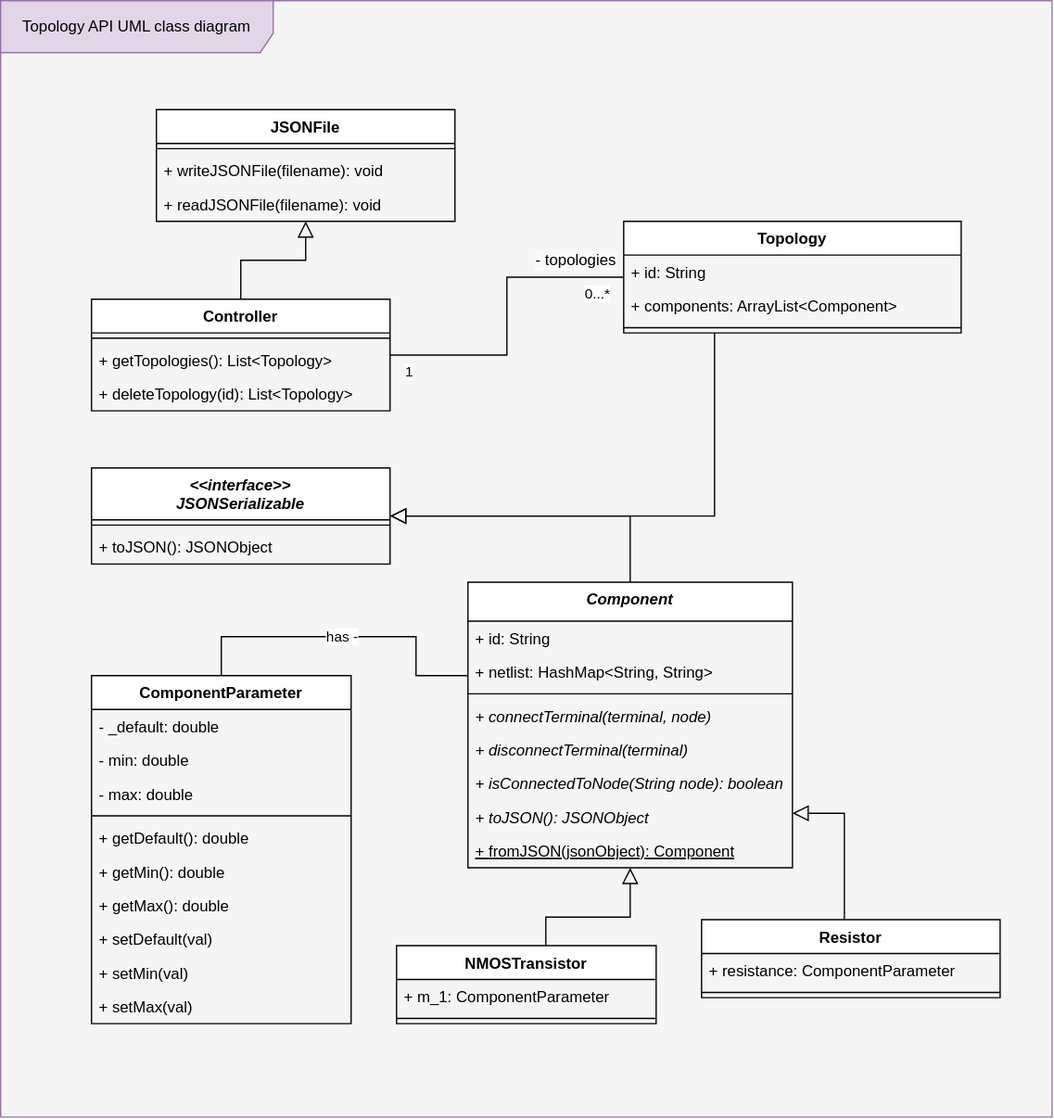
Before: classes-uml.svg, a diagram exported from draw.io (MuhammadSawalhy/TopologyAPI). Source tidied: cells renumbered, new cells last; positions are measured from the earlier drawing's top-left corner, leaving out a move shared by most shapes.
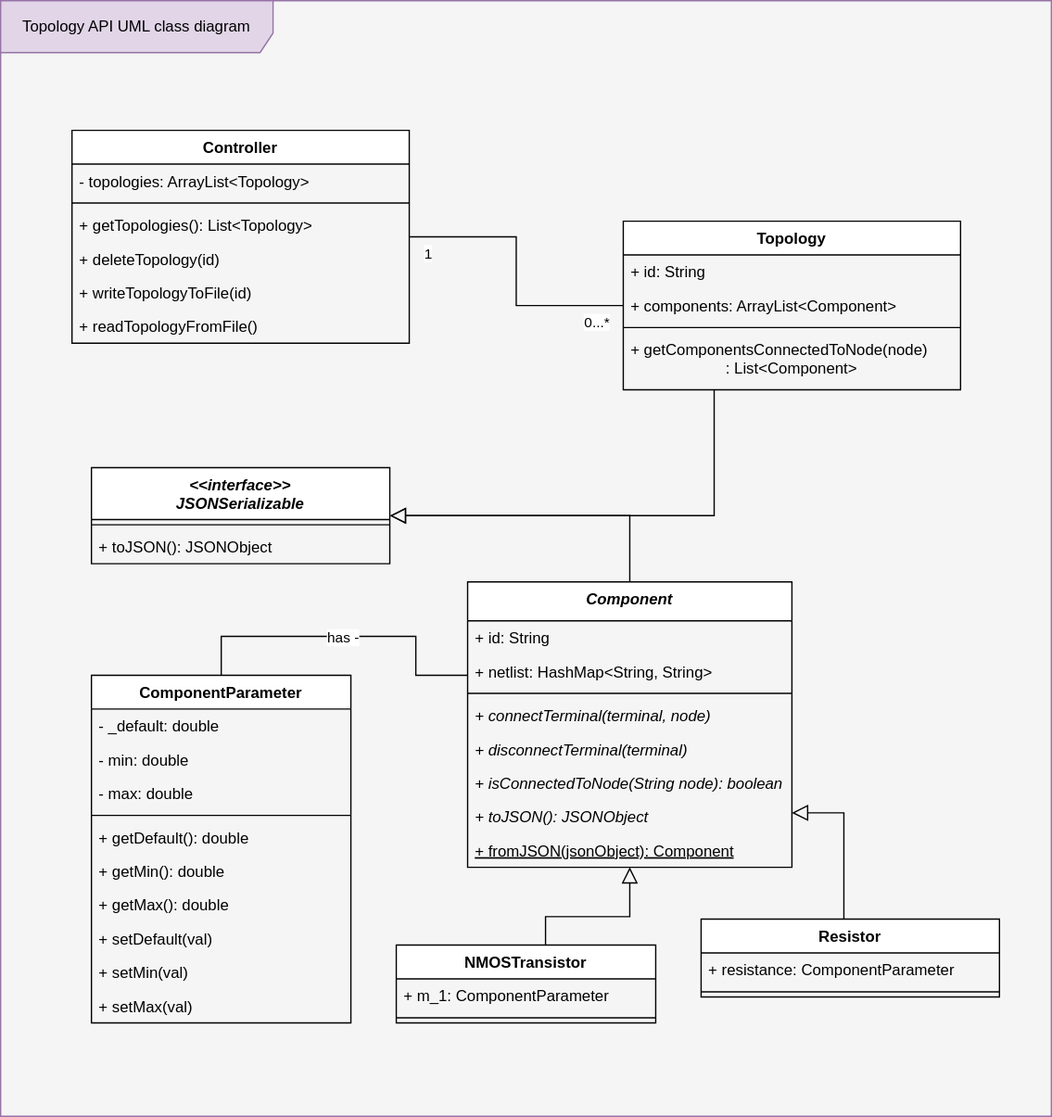
Later version of the same file.

Commit message:
Code and test Controller class from its UML

Change to the diagram source:
```diff
@@ -39,21 +39,27 @@
     <mxCell id="12" value="+ fromJSON(jsonObject): Component" style="text;strokeColor=none;fillColor=none;align=left;verticalAlign=top;spacingLeft=4;spacingRight=4;overflow=hidden;fontStyle=4;" parent="4" vertex="1">
       <mxGeometry y="194" width="250" height="26" as="geometry" />
     </mxCell>
-    <mxCell id="13" style="edgeStyle=orthogonalEdgeStyle;rounded=0;jettySize=auto;html=1;endArrow=block;endFill=0;endSize=10;" parent="1" edge="1" source="14" target="53">
-      <mxGeometry relative="1" as="geometry" />
-    </mxCell>
     <mxCell id="14" value="Controller" style="swimlane;fontStyle=1;align=center;verticalAlign=top;horizontal=1;startSize=26;" parent="1" vertex="1">
-      <mxGeometry x="70" y="230" width="230" height="86" as="geometry" />
+      <mxGeometry x="55" y="100" width="260" height="164" as="geometry" />
     </mxCell>
+    <mxCell id="60" value="- topologies: ArrayList&lt;Topology&gt;" style="text;strokeColor=none;fillColor=none;align=left;verticalAlign=top;spacingLeft=4;spacingRight=4;overflow=hidden;" parent="14" vertex="1">
+      <mxGeometry y="26" width="260" height="26" as="geometry" />
+    </mxCell>
     <mxCell id="15" style="line;strokeWidth=1;fillColor=none;align=left;verticalAlign=middle;spacingTop=-1;spacingLeft=3;spacingRight=3;labelPosition=right;" parent="14" vertex="1">
-      <mxGeometry y="26" width="230" height="8" as="geometry" />
+      <mxGeometry y="52" width="260" height="8" as="geometry" />
     </mxCell>
     <mxCell id="16" value="+ getTopologies(): List&lt;Topology&gt;" style="text;strokeColor=none;fillColor=none;align=left;verticalAlign=top;spacingLeft=4;spacingRight=4;overflow=hidden;" parent="14" vertex="1">
-      <mxGeometry y="34" width="230" height="26" as="geometry" />
+      <mxGeometry y="60" width="260" height="26" as="geometry" />
     </mxCell>
-    <mxCell id="17" value="+ deleteTopology(id): List&lt;Topology&gt;" style="text;strokeColor=none;fillColor=none;align=left;verticalAlign=top;spacingLeft=4;spacingRight=4;overflow=hidden;" parent="14" vertex="1">
-      <mxGeometry y="60" width="230" height="26" as="geometry" />
+    <mxCell id="17" value="+ deleteTopology(id)" style="text;strokeColor=none;fillColor=none;align=left;verticalAlign=top;spacingLeft=4;spacingRight=4;overflow=hidden;" parent="14" vertex="1">
+      <mxGeometry y="86" width="260" height="26" as="geometry" />
     </mxCell>
+    <mxCell id="61" value="+ writeTopologyToFile(id)" style="text;strokeColor=none;fillColor=none;align=left;verticalAlign=top;spacingLeft=4;spacingRight=4;overflow=hidden;" parent="14" vertex="1">
+      <mxGeometry y="112" width="260" height="26" as="geometry" />
+    </mxCell>
+    <mxCell id="62" value="+ readTopologyFromFile()" style="text;strokeColor=none;fillColor=none;align=left;verticalAlign=top;spacingLeft=4;spacingRight=4;overflow=hidden;" parent="14" vertex="1">
+      <mxGeometry y="138" width="260" height="26" as="geometry" />
+    </mxCell>
     <mxCell id="18" style="edgeStyle=orthogonalEdgeStyle;rounded=0;jettySize=auto;html=1;endArrow=block;endFill=0;endSize=10;startSize=10;" parent="1" edge="1" source="19" target="4">
       <mxGeometry relative="1" as="geometry">
         <Array as="points">
@@ -100,11 +106,6 @@
         <mxPoint x="-10" y="21" as="offset" />
       </mxGeometry>
     </mxCell>
-    <mxCell id="29" value="&lt;span style=&quot;font-size: 12px ; text-align: left ; background-color: rgb(248 , 249 , 250)&quot;&gt;- topologies&lt;/span&gt;" style="edgeLabel;html=1;align=center;verticalAlign=middle;" parent="26" vertex="1">
-      <mxGeometry x="-0.69" y="-2" relative="1" as="geometry">
-        <mxPoint x="105" y="-75" as="offset" />
-      </mxGeometry>
-    </mxCell>
     <mxCell id="30" style="edgeStyle=orthogonalEdgeStyle;rounded=0;jettySize=auto;html=1;entryX=1;entryY=0.5;entryDx=0;entryDy=0;endArrow=block;endFill=0;endSize=10;" parent="1" edge="1" source="31" target="57">
       <mxGeometry relative="1" as="geometry">
         <Array as="points">
@@ -113,7 +114,7 @@
       </mxGeometry>
     </mxCell>
     <mxCell id="31" value="Topology" style="swimlane;fontStyle=1;align=center;verticalAlign=top;horizontal=1;startSize=26;" parent="1" vertex="1">
-      <mxGeometry x="480" y="170" width="260" height="86" as="geometry" />
+      <mxGeometry x="480" y="170" width="260" height="130" as="geometry" />
     </mxCell>
     <mxCell id="32" value="+ id: String" style="text;strokeColor=none;fillColor=none;align=left;verticalAlign=top;spacingLeft=4;spacingRight=4;overflow=hidden;" parent="31" vertex="1">
       <mxGeometry y="26" width="260" height="26" as="geometry" />
@@ -124,6 +125,9 @@
     <mxCell id="34" style="line;strokeWidth=1;fillColor=none;align=left;verticalAlign=middle;spacingTop=-1;spacingLeft=3;spacingRight=3;labelPosition=right;" parent="31" vertex="1">
       <mxGeometry y="78" width="260" height="8" as="geometry" />
     </mxCell>
+    <mxCell id="63" value="+ getComponentsConnectedToNode(node)&#10;                      : List&lt;Component&gt;" style="text;strokeColor=none;fillColor=none;align=left;verticalAlign=top;spacingLeft=4;spacingRight=4;overflow=hidden;" parent="31" vertex="1">
+      <mxGeometry y="86" width="260" height="44" as="geometry" />
+    </mxCell>
     <mxCell id="35" style="edgeStyle=orthogonalEdgeStyle;rounded=0;jettySize=auto;html=1;endArrow=none;endFill=0;startSize=10;endSize=10;" parent="1" edge="1" source="37" target="4">
       <mxGeometry relative="1" as="geometry">
         <Array as="points">
@@ -196,18 +200,6 @@
         <mxPoint x="665" y="750" as="sourcePoint" />
       </mxGeometry>
     </mxCell>
-    <mxCell id="53" value="JSONFile" style="swimlane;fontStyle=1;align=center;verticalAlign=top;horizontal=1;startSize=26;" parent="1" vertex="1">
-      <mxGeometry x="120" y="84" width="230" height="86" as="geometry" />
-    </mxCell>
-    <mxCell id="54" style="line;strokeWidth=1;fillColor=none;align=left;verticalAlign=middle;spacingTop=-1;spacingLeft=3;spacingRight=3;labelPosition=right;" parent="53" vertex="1">
-      <mxGeometry y="26" width="230" height="8" as="geometry" />
-    </mxCell>
-    <mxCell id="55" value="+ writeJSONFile(filename): void" style="text;strokeColor=none;fillColor=none;align=left;verticalAlign=top;spacingLeft=4;spacingRight=4;overflow=hidden;" parent="53" vertex="1">
-      <mxGeometry y="34" width="230" height="26" as="geometry" />
-    </mxCell>
-    <mxCell id="56" value="+ readJSONFile(filename): void" style="text;strokeColor=none;fillColor=none;align=left;verticalAlign=top;spacingLeft=4;spacingRight=4;overflow=hidden;" parent="53" vertex="1">
-      <mxGeometry y="60" width="230" height="26" as="geometry" />
-    </mxCell>
     <mxCell id="57" value="&lt;&lt;interface&gt;&gt;&#10;JSONSerializable" style="swimlane;fontStyle=3;align=center;verticalAlign=top;horizontal=1;startSize=40;" parent="1" vertex="1">
       <mxGeometry x="70" y="360" width="230" height="74" as="geometry" />
     </mxCell>
```
